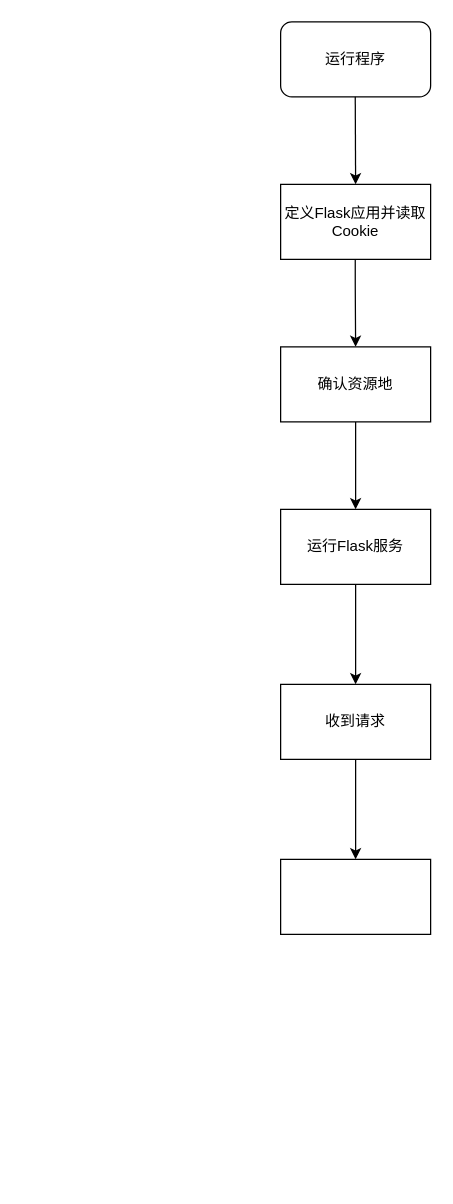
VanDrans/Selenium keeps this draw.io diagram as 翼龙数据爬取/翼龙.drawio. Above is the earlier version. Source tidied: cells renumbered, new cells numbered last; positions are measured from the earlier drawing's top-left corner, leaving out a move shared by most shapes. Both pictures are drawn from the tidied source at 125%, with x=0, y=0 at pixel (280, 21).
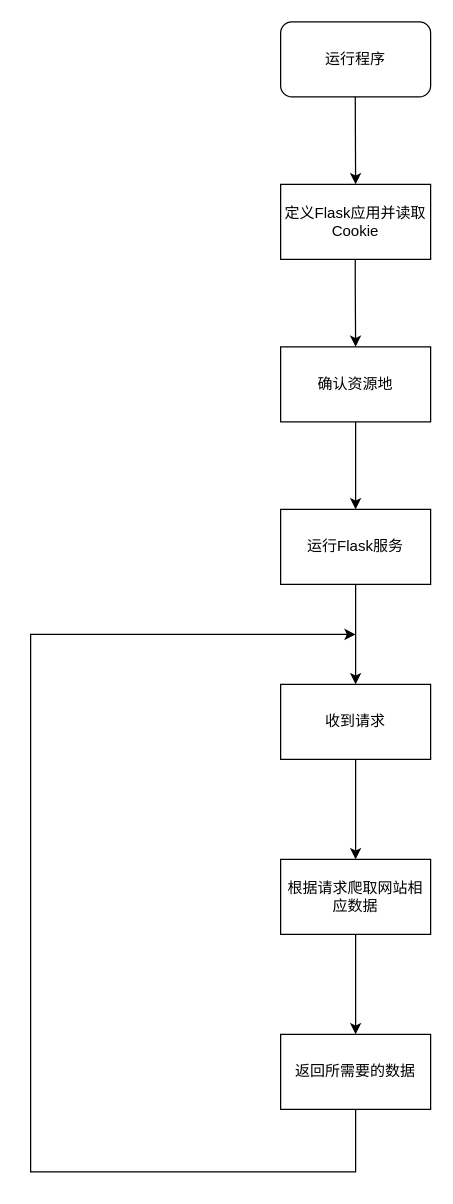
After the change.

The edit, as a diff of the source:
```diff
@@
-    <mxCell id="11" style="rounded=0;whiteSpace=wrap;html=1;" parent="1" vertex="1">
+    <mxCell id="11" value="根据请求爬取网站相应数据" style="rounded=0;whiteSpace=wrap;html=1;" parent="1" vertex="1">
       <mxGeometry y="670" width="120" height="60" as="geometry" />
     </mxCell>
@@
+    <mxCell id="13" value="返回所需要的数据" style="rounded=0;whiteSpace=wrap;html=1;" parent="1" vertex="1">
+      <mxGeometry y="810" width="120" height="60" as="geometry" />
+    </mxCell>
+    <mxCell id="14" style="endArrow=classic;html=1;rounded=0;exitX=0.5;exitY=1;exitDx=0;exitDy=0;entryX=0.5;entryY=0;entryDx=0;entryDy=0;" parent="1" edge="1" source="11" target="13">
+      <mxGeometry relative="1" as="geometry" />
+    </mxCell>
+    <mxCell id="15" style="endArrow=classic;html=1;rounded=0;exitX=0.5;exitY=1;exitDx=0;exitDy=0;" parent="1" edge="1" source="13">
+      <mxGeometry relative="1" as="geometry">
+        <mxPoint x="60" y="490" as="targetPoint" />
+        <Array as="points">
+          <mxPoint x="60" y="920" />
+          <mxPoint x="-200" y="920" />
+          <mxPoint x="-200" y="490" />
+        </Array>
+      </mxGeometry>
+    </mxCell>
```
